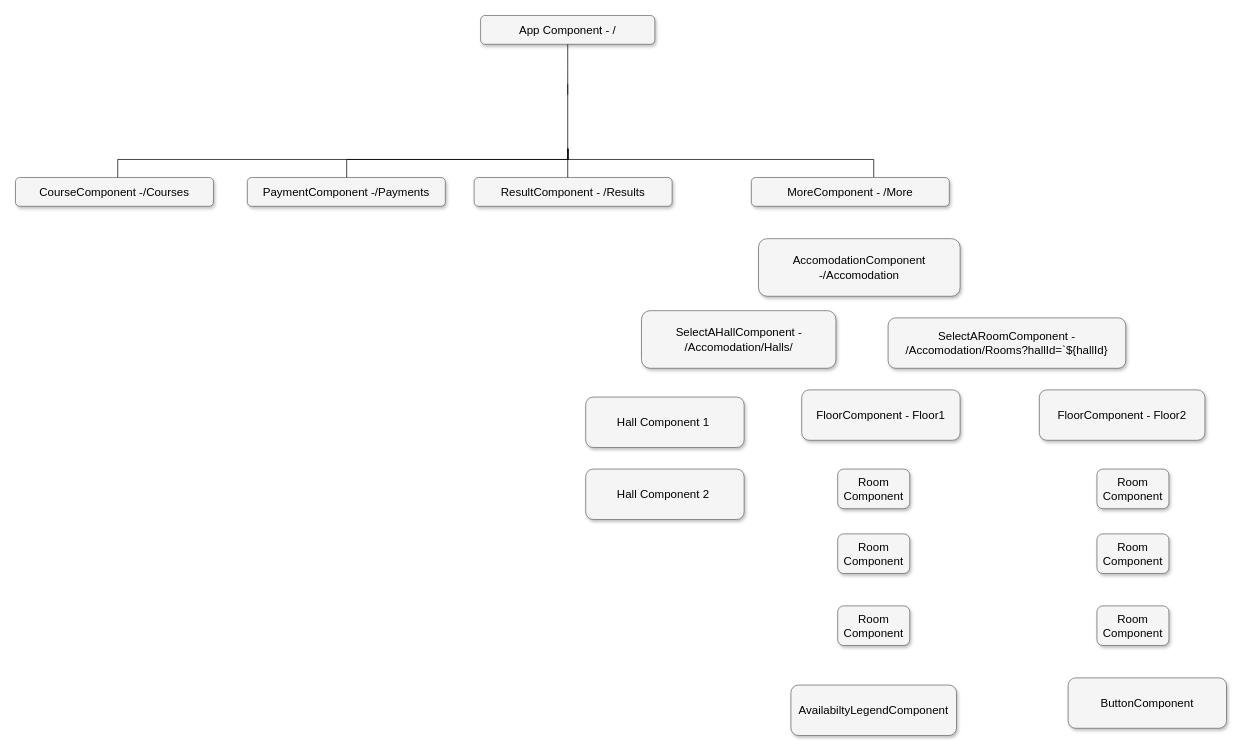
Earlier version of the draw.io diagram content/Untitled Diagram.drawio (MadeByIbukunoluwa/temp-repo). Source tidied: cells renumbered, new cells numbered last; positions are measured from the earlier drawing's top-left corner, leaving out a move shared by most shapes. Both pictures are drawn from the tidied source at 72%, with x=0, y=0 at pixel (15, 15).
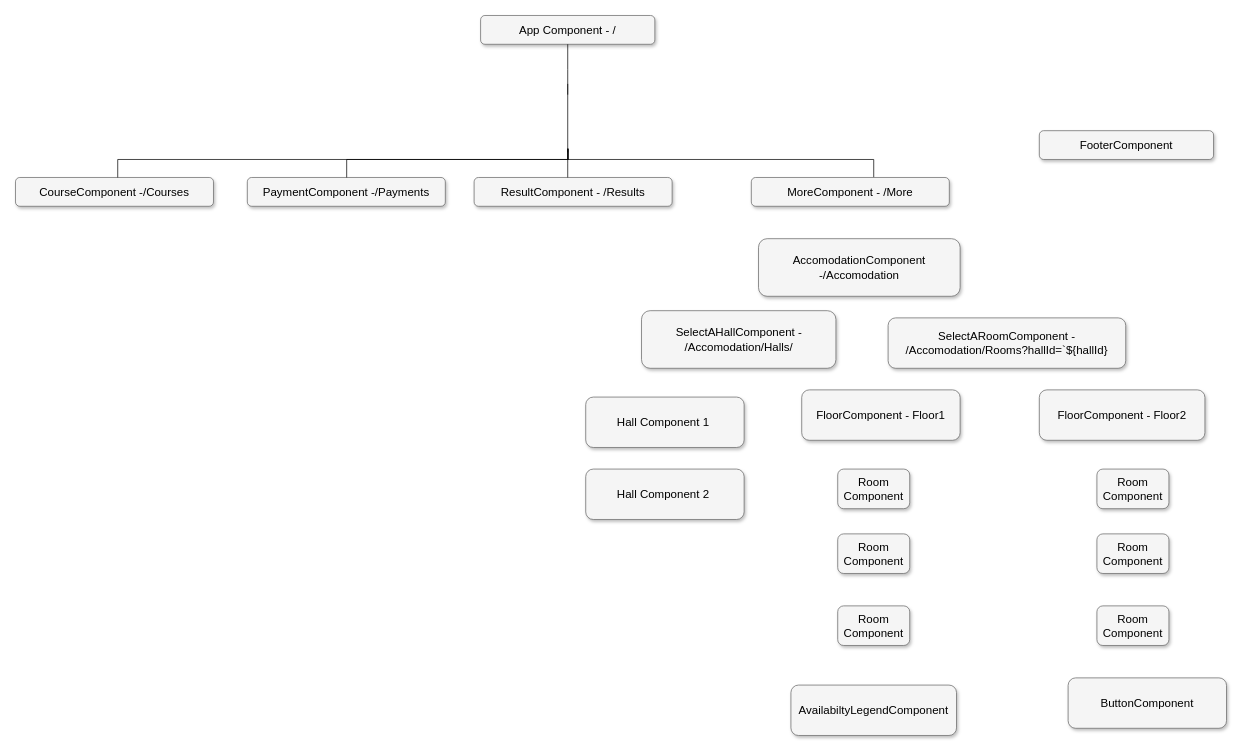
Above is the later version.

Commit message:
Added Footer Component

The edit, as a diff of the source:
```diff
@@
+    <mxCell id="32" value="FooterComponent" style="whiteSpace=wrap;html=1;rounded=1;shadow=1;strokeWidth=1;fontSize=16;align=center;fillColor=#f5f5f5;strokeColor=#666666;" parent="1" vertex="1">
+      <mxGeometry x="1422" y="160" width="242" height="40" as="geometry" />
+    </mxCell>
```
